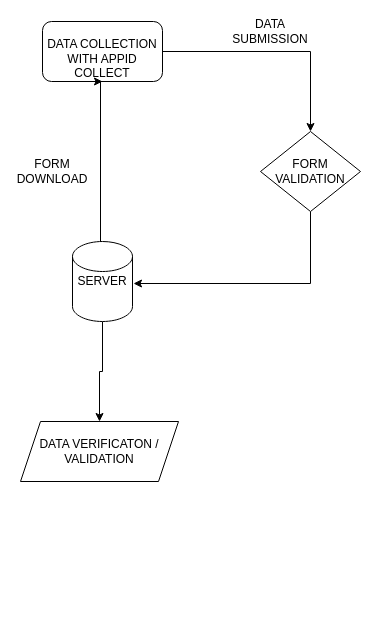
petersoleeh/alarm-clock keeps this draw.io diagram as assets/Untitled Diagram.drawio. Above is the earlier version. Source tidied: cells renumbered, new cells numbered last; positions are measured from the earlier drawing's top-left corner, leaving out a move shared by most shapes. Both pictures are drawn from the tidied source at 100%, with x=0, y=0 at pixel (20, 21).
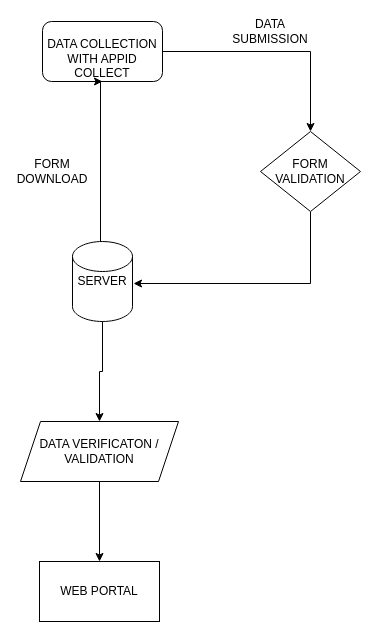
The same page after the edit.

Change to the diagram source:
```diff
@@
 <mxGraphModel background="#ffffff">
   <root>
     <mxCell id="0" />
     <mxCell id="1" parent="0" />
     <mxCell id="2" style="edgeStyle=orthogonalEdgeStyle;rounded=0;jettySize=auto;html=1;exitX=1;exitY=0.5;exitDx=0;exitDy=0;" parent="1" edge="1" source="3" target="6">
       <mxGeometry relative="1" as="geometry" />
     </mxCell>
     <mxCell id="3" value="&lt;br&gt;DATA COLLECTION WITH APPID COLLECT" style="rounded=1;whiteSpace=wrap;html=1;" parent="1" vertex="1">
       <mxGeometry x="22" width="120" height="60" as="geometry" />
     </mxCell>
     <mxCell id="4" style="edgeStyle=orthogonalEdgeStyle;rounded=0;jettySize=auto;html=1;exitX=0.5;exitY=0;exitDx=0;exitDy=0;entryX=0.5;entryY=1;entryDx=0;entryDy=0;" parent="1" edge="1" target="3">
       <mxGeometry relative="1" as="geometry">
         <mxPoint x="82" y="260" as="sourcePoint" />
         <Array as="points">
           <mxPoint x="80" y="260" />
         </Array>
       </mxGeometry>
     </mxCell>
     <mxCell id="5" style="edgeStyle=orthogonalEdgeStyle;rounded=0;jettySize=auto;html=1;exitX=0.5;exitY=1;exitDx=0;exitDy=0;entryX=1.017;entryY=0.525;entryDx=0;entryDy=0;entryPerimeter=0;" parent="1" edge="1" source="6" target="8">
       <mxGeometry relative="1" as="geometry" />
     </mxCell>
     <mxCell id="6" value="FORM VALIDATION" style="rhombus;whiteSpace=wrap;html=1;" parent="1" vertex="1">
       <mxGeometry x="240" y="110" width="100" height="80" as="geometry" />
     </mxCell>
     <mxCell id="7" style="edgeStyle=orthogonalEdgeStyle;rounded=0;jettySize=auto;html=1;" parent="1" edge="1" source="8" target="11">
       <mxGeometry relative="1" as="geometry" />
     </mxCell>
     <mxCell id="8" value="SERVER" style="shape=cylinder2;whiteSpace=wrap;html=1;boundedLbl=1;backgroundOutline=1;size=15;" parent="1" vertex="1">
       <mxGeometry x="52" y="220" width="60" height="80" as="geometry" />
     </mxCell>
     <mxCell id="9" value="FORM DOWNLOAD" style="text;html=1;strokeColor=none;fillColor=none;align=center;verticalAlign=middle;whiteSpace=wrap;rounded=0;" parent="1" vertex="1">
       <mxGeometry x="12" y="140" width="40" height="20" as="geometry" />
     </mxCell>
     <mxCell id="10" value="DATA SUBMISSION" style="text;html=1;strokeColor=none;fillColor=none;align=center;verticalAlign=middle;whiteSpace=wrap;rounded=0;" parent="1" vertex="1">
       <mxGeometry x="230" width="40" height="20" as="geometry" />
     </mxCell>
+    <mxCell id="12" style="edgeStyle=orthogonalEdgeStyle;rounded=0;jettySize=auto;html=1;" parent="1" edge="1" source="11" target="13">
+      <mxGeometry relative="1" as="geometry" />
+    </mxCell>
     <mxCell id="11" value="DATA VERIFICATON / VALIDATION" style="shape=parallelogram;perimeter=parallelogramPerimeter;whiteSpace=wrap;html=1;fixedSize=1;" parent="1" vertex="1">
       <mxGeometry y="400" width="158" height="60" as="geometry" />
     </mxCell>
+    <mxCell id="13" value="WEB PORTAL" style="whiteSpace=wrap;html=1;" parent="1" vertex="1">
+      <mxGeometry x="19" y="540" width="120" height="60" as="geometry" />
+    </mxCell>
   </root>
 </mxGraphModel>
```
